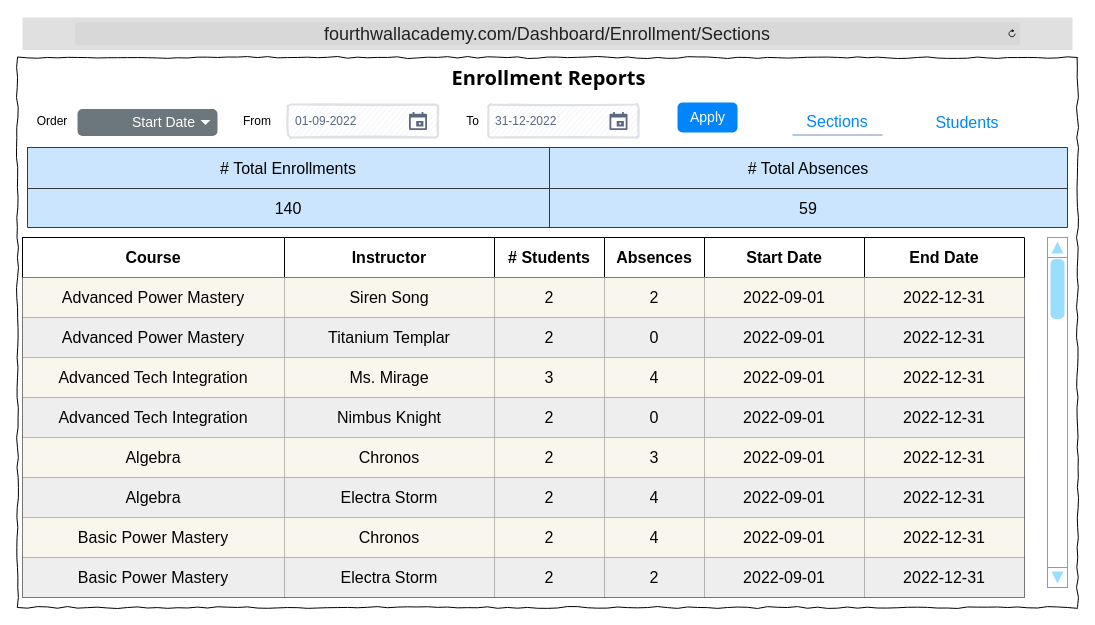
This is page "Page-1" (1 of 2) of DesignDocument/Wireframes/4thWallAcademy_Dashboard_Enrollment_Sections.drawio from TRed91/4thWallAcademy, a draw.io file, before an edit. Source tidied: cells renumbered, new cells numbered last; positions are measured from the earlier drawing's top-left corner, leaving out a move shared by most shapes. Both pictures are drawn from the tidied source at 100%, with x=0, y=0 at pixel (17, 17).
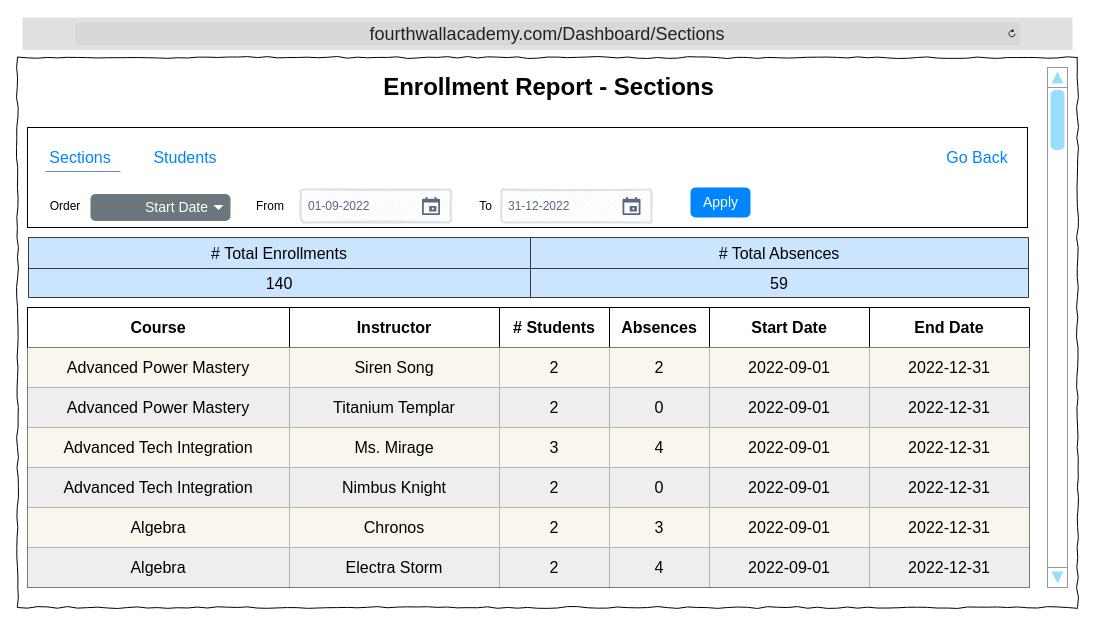
After the change.

What changed in the source:
```diff
@@
-    <mxCell id="3" value="&lt;font face=&quot;Tahoma&quot; style=&quot;font-size: 20px;&quot;&gt;Enrollment Reports&lt;/font&gt;" style="text;strokeColor=none;fillColor=none;html=1;fontSize=24;fontStyle=1;verticalAlign=middle;align=center;" parent="1" vertex="1">
-      <mxGeometry x="420.5" y="40" width="220" height="40" as="geometry" />
-    </mxCell>
+    <mxCell id="90" style="rounded=0;whiteSpace=wrap;html=1;fillColor=none;" parent="1" vertex="1">
+      <mxGeometry x="10" y="110" width="1000" height="100" as="geometry" />
+    </mxCell>
-    <mxCell id="4" value="&lt;font style=&quot;font-size: 18px;&quot;&gt;fourthwallacademy.com/Dashboard/Enrollment/Sections&lt;/font&gt;" style="html=1;strokeWidth=1;shadow=0;dashed=0;shape=mxgraph.ios7ui.url;fillColor=#e0e0e0;strokeColor=#c0c0c0;buttonText=;strokeColor2=#222222;fontColor=#222222;fontSize=8;spacingTop=2;align=center;whiteSpace=wrap;" parent="1" vertex="1">
+    <mxCell id="4" value="&lt;font style=&quot;font-size: 18px;&quot;&gt;fourthwallacademy.com/Dashboard/Sections&lt;/font&gt;" style="html=1;strokeWidth=1;shadow=0;dashed=0;shape=mxgraph.ios7ui.url;fillColor=#e0e0e0;strokeColor=#c0c0c0;buttonText=;strokeColor2=#222222;fontColor=#222222;fontSize=8;spacingTop=2;align=center;whiteSpace=wrap;" parent="1" vertex="1">
       <mxGeometry x="5" width="1050" height="32.5" as="geometry" />
     </mxCell>
     <mxCell id="5" value="Apply" style="html=1;shadow=0;dashed=0;shape=mxgraph.bootstrap.rrect;rSize=5;fillColor=#0085FC;strokeColor=none;align=center;spacing=15;fontSize=14;fontColor=#ffffff;sketch=0;" parent="1" vertex="1">
-      <mxGeometry x="660" y="85" width="60" height="30" as="geometry" />
+      <mxGeometry x="673" y="170" width="60" height="30" as="geometry" />
     </mxCell>
     <mxCell id="6" value="Order" style="text;html=1;align=center;verticalAlign=middle;whiteSpace=wrap;rounded=0;" parent="1" vertex="1">
-      <mxGeometry x="5" y="88.5" width="60" height="30" as="geometry" />
+      <mxGeometry x="18" y="173.5" width="60" height="30" as="geometry" />
     </mxCell>
     <mxCell id="7" value="Start Date" style="html=1;shadow=0;dashed=0;shape=mxgraph.bootstrap.rrect;rSize=5;strokeColor=none;strokeWidth=1;fillColor=#6C767D;fontColor=#ffffff;whiteSpace=wrap;align=right;verticalAlign=middle;fontStyle=0;fontSize=14;spacingRight=20;" parent="1" vertex="1">
-      <mxGeometry x="60" y="91.5" width="140" height="27" as="geometry" />
+      <mxGeometry x="73" y="176.5" width="140" height="27" as="geometry" />
     </mxCell>
@@
     <mxCell id="9" style="shape=table;startSize=0;childLayout=tableLayout;fontSize=16;" parent="1" vertex="1">
-      <mxGeometry x="5" y="220" width="1002" height="360" as="geometry" />
+      <mxGeometry x="10" y="290" width="1002" height="280" as="geometry" />
     </mxCell>
@@
-    <mxCell id="59" style="shape=tableRow;horizontal=0;startSize=0;swimlaneHead=0;swimlaneBody=0;strokeColor=inherit;top=0;left=0;bottom=0;right=0;fillColor=none;fontSize=16;" parent="9" vertex="1">
-      <mxGeometry y="280" width="1002" height="40" as="geometry" />
-    </mxCell>
-    <mxCell id="60" value="Basic Power Mastery" style="shape=partialRectangle;html=1;whiteSpace=wrap;strokeColor=#36393d;overflow=hidden;fillColor=#f9f7ed;top=0;left=0;bottom=0;right=0;fontSize=16;" parent="59" vertex="1">
-      <mxGeometry width="262" height="40" as="geometry" />
-    </mxCell>
-    <mxCell id="61" value="Chronos" style="shape=partialRectangle;html=1;whiteSpace=wrap;strokeColor=#36393d;overflow=hidden;fillColor=#f9f7ed;top=0;left=0;bottom=0;right=0;fontSize=16;" parent="59" vertex="1">
-      <mxGeometry x="262" width="210" height="40" as="geometry" />
-    </mxCell>
-    <mxCell id="62" value="2" style="shape=partialRectangle;html=1;whiteSpace=wrap;strokeColor=#36393d;overflow=hidden;fillColor=#f9f7ed;top=0;left=0;bottom=0;right=0;fontSize=16;" parent="59" vertex="1">
-      <mxGeometry x="472" width="110" height="40" as="geometry" />
-    </mxCell>
-    <mxCell id="63" value="4" style="shape=partialRectangle;html=1;whiteSpace=wrap;strokeColor=#36393d;overflow=hidden;fillColor=#f9f7ed;top=0;left=0;bottom=0;right=0;fontSize=16;" parent="59" vertex="1">
-      <mxGeometry x="582" width="100" height="40" as="geometry" />
-    </mxCell>
-    <mxCell id="64" value="2022-09-01" style="shape=partialRectangle;html=1;whiteSpace=wrap;strokeColor=#36393d;overflow=hidden;fillColor=#f9f7ed;top=0;left=0;bottom=0;right=0;fontSize=16;" parent="59" vertex="1">
-      <mxGeometry x="682" width="160" height="40" as="geometry" />
-    </mxCell>
-    <mxCell id="65" value="2022-12-31" style="shape=partialRectangle;html=1;whiteSpace=wrap;strokeColor=#36393d;overflow=hidden;fillColor=#f9f7ed;top=0;left=0;bottom=0;right=0;fontSize=16;" parent="59" vertex="1">
-      <mxGeometry x="842" width="160" height="40" as="geometry" />
-    </mxCell>
-    <mxCell id="66" style="shape=tableRow;horizontal=0;startSize=0;swimlaneHead=0;swimlaneBody=0;strokeColor=inherit;top=0;left=0;bottom=0;right=0;fillColor=none;fontSize=16;" parent="9" vertex="1">
-      <mxGeometry y="320" width="1002" height="40" as="geometry" />
-    </mxCell>
-    <mxCell id="67" value="Basic Power Mastery" style="shape=partialRectangle;html=1;whiteSpace=wrap;strokeColor=#36393d;overflow=hidden;fillColor=#eeeeee;top=0;left=0;bottom=0;right=0;fontSize=16;" parent="66" vertex="1">
-      <mxGeometry width="262" height="40" as="geometry" />
-    </mxCell>
-    <mxCell id="68" value="Electra Storm" style="shape=partialRectangle;html=1;whiteSpace=wrap;strokeColor=#36393d;overflow=hidden;fillColor=#eeeeee;top=0;left=0;bottom=0;right=0;fontSize=16;" parent="66" vertex="1">
-      <mxGeometry x="262" width="210" height="40" as="geometry" />
-    </mxCell>
-    <mxCell id="69" value="2" style="shape=partialRectangle;html=1;whiteSpace=wrap;strokeColor=#36393d;overflow=hidden;fillColor=#eeeeee;top=0;left=0;bottom=0;right=0;fontSize=16;" parent="66" vertex="1">
-      <mxGeometry x="472" width="110" height="40" as="geometry" />
-    </mxCell>
-    <mxCell id="70" value="2" style="shape=partialRectangle;html=1;whiteSpace=wrap;strokeColor=#36393d;overflow=hidden;fillColor=#eeeeee;top=0;left=0;bottom=0;right=0;fontSize=16;" parent="66" vertex="1">
-      <mxGeometry x="582" width="100" height="40" as="geometry" />
-    </mxCell>
-    <mxCell id="71" value="2022-09-01" style="shape=partialRectangle;html=1;whiteSpace=wrap;strokeColor=#36393d;overflow=hidden;fillColor=#eeeeee;top=0;left=0;bottom=0;right=0;fontSize=16;" parent="66" vertex="1">
-      <mxGeometry x="682" width="160" height="40" as="geometry" />
-    </mxCell>
-    <mxCell id="72" value="2022-12-31" style="shape=partialRectangle;html=1;whiteSpace=wrap;strokeColor=#36393d;overflow=hidden;fillColor=#eeeeee;top=0;left=0;bottom=0;right=0;fontSize=16;" parent="66" vertex="1">
-      <mxGeometry x="842" width="160" height="40" as="geometry" />
-    </mxCell>
     <mxCell id="73" style="verticalLabelPosition=bottom;shadow=0;dashed=0;align=center;html=1;verticalAlign=top;strokeWidth=1;shape=mxgraph.mockup.navigation.scrollBar;strokeColor=#999999;barPos=99.394;fillColor2=#99ddff;strokeColor2=none;direction=north;" parent="1" vertex="1">
-      <mxGeometry x="1030" y="220" width="20" height="350" as="geometry" />
+      <mxGeometry x="1030" y="50" width="20" height="520" as="geometry" />
     </mxCell>
     <mxCell id="74" value="Sections" style="html=1;shadow=0;dashed=0;shape=mxgraph.bootstrap.rrect;rSize=5;strokeColor=none;strokeWidth=1;fillColor=none;fontColor=#0085FC;whiteSpace=wrap;align=center;verticalAlign=middle;spacingLeft=0;fontStyle=0;fontSize=16;spacing=5;" parent="1" vertex="1">
-      <mxGeometry x="780" y="83.5" width="80" height="40" as="geometry" />
+      <mxGeometry x="23" y="120" width="80" height="40" as="geometry" />
     </mxCell>
     <mxCell id="75" value="Students" style="html=1;shadow=0;dashed=0;shape=mxgraph.bootstrap.rrect;rSize=5;strokeColor=none;strokeWidth=1;fillColor=none;fontColor=#0085FC;whiteSpace=wrap;align=center;verticalAlign=middle;spacingLeft=0;fontStyle=0;fontSize=16;spacing=5;" parent="1" vertex="1">
-      <mxGeometry x="910" y="85" width="80" height="40" as="geometry" />
+      <mxGeometry x="128" y="120" width="80" height="40" as="geometry" />
     </mxCell>
     <mxCell id="76" style="endArrow=none;html=1;rounded=0;fillColor=#dae8fc;strokeColor=#6c8ebf;gradientColor=#7ea6e0;" parent="1" edge="1">
       <mxGeometry relative="1" as="geometry">
-        <mxPoint x="775" y="117.5" as="sourcePoint" />
-        <mxPoint x="865" y="117.5" as="targetPoint" />
+        <mxPoint x="28" y="154" as="sourcePoint" />
+        <mxPoint x="103" y="154" as="targetPoint" />
       </mxGeometry>
     </mxCell>
     <mxCell id="77" value="&lt;font face=&quot;Helvetica&quot;&gt;01-09-2022&lt;/font&gt;" style="rounded=1;arcSize=9;fillColor=#F7F8F9;align=left;spacingLeft=5;strokeColor=#DEE1E6;html=1;strokeWidth=2;fontColor=#596780;fontSize=12;sketch=1;hachureGap=4;fontFamily=Architects Daughter;" parent="1" vertex="1">
-      <mxGeometry x="270.5" y="87" width="150" height="33" as="geometry" />
+      <mxGeometry x="283.5" y="172" width="150" height="33" as="geometry" />
     </mxCell>
@@
     <mxCell id="79" value="From" style="text;html=1;align=center;verticalAlign=middle;whiteSpace=wrap;rounded=0;" parent="1" vertex="1">
-      <mxGeometry x="210" y="88.5" width="60" height="30" as="geometry" />
+      <mxGeometry x="223" y="173.5" width="60" height="30" as="geometry" />
     </mxCell>
     <mxCell id="80" value="To" style="text;html=1;align=center;verticalAlign=middle;whiteSpace=wrap;rounded=0;" parent="1" vertex="1">
-      <mxGeometry x="440" y="88.5" width="30.5" height="30" as="geometry" />
+      <mxGeometry x="453" y="173.5" width="30.5" height="30" as="geometry" />
     </mxCell>
     <mxCell id="81" value="&lt;font face=&quot;Helvetica&quot;&gt;31-12-2022&lt;/font&gt;" style="rounded=1;arcSize=9;fillColor=#F7F8F9;align=left;spacingLeft=5;strokeColor=#DEE1E6;html=1;strokeWidth=2;fontColor=#596780;fontSize=12;sketch=1;hachureGap=4;fontFamily=Architects Daughter;" parent="1" vertex="1">
-      <mxGeometry x="471" y="87" width="150" height="33" as="geometry" />
+      <mxGeometry x="484" y="172" width="150" height="33" as="geometry" />
     </mxCell>
@@
     <mxCell id="83" style="shape=table;startSize=0;childLayout=tableLayout;fontSize=16;fillColor=#cce5ff;strokeColor=#36393d;" parent="1" vertex="1">
-      <mxGeometry x="10" y="130" width="1040" height="80" as="geometry" />
+      <mxGeometry x="11" y="220" width="1000" height="60" as="geometry" />
     </mxCell>
     <mxCell id="84" style="shape=tableRow;horizontal=0;startSize=0;swimlaneHead=0;swimlaneBody=0;strokeColor=inherit;top=0;left=0;bottom=0;right=0;fillColor=none;fontSize=16;" parent="83" vertex="1">
-      <mxGeometry width="1040" height="41" as="geometry" />
+      <mxGeometry width="1000" height="31" as="geometry" />
     </mxCell>
     <mxCell id="85" value="# Total Enrollments" style="shape=partialRectangle;html=1;whiteSpace=wrap;strokeColor=inherit;overflow=hidden;fillColor=none;top=0;left=0;bottom=0;right=0;fontSize=16;" parent="84" vertex="1">
-      <mxGeometry width="522" height="41" as="geometry" />
+      <mxGeometry width="502" height="31" as="geometry" />
     </mxCell>
     <mxCell id="86" value="# Total Absences" style="shape=partialRectangle;html=1;whiteSpace=wrap;strokeColor=inherit;overflow=hidden;fillColor=none;top=0;left=0;bottom=0;right=0;fontSize=16;" parent="84" vertex="1">
-      <mxGeometry x="522" width="518" height="41" as="geometry" />
+      <mxGeometry x="502" width="498" height="31" as="geometry" />
     </mxCell>
     <mxCell id="87" style="shape=tableRow;horizontal=0;startSize=0;swimlaneHead=0;swimlaneBody=0;strokeColor=inherit;top=0;left=0;bottom=0;right=0;fillColor=none;fontSize=16;" parent="83" vertex="1">
-      <mxGeometry y="41" width="1040" height="39" as="geometry" />
+      <mxGeometry y="31" width="1000" height="29" as="geometry" />
     </mxCell>
     <mxCell id="88" value="140" style="shape=partialRectangle;html=1;whiteSpace=wrap;strokeColor=inherit;overflow=hidden;fillColor=none;top=0;left=0;bottom=0;right=0;fontSize=16;" parent="87" vertex="1">
-      <mxGeometry width="522" height="39" as="geometry" />
+      <mxGeometry width="502" height="29" as="geometry" />
     </mxCell>
     <mxCell id="89" value="59" style="shape=partialRectangle;html=1;whiteSpace=wrap;strokeColor=inherit;overflow=hidden;fillColor=none;top=0;left=0;bottom=0;right=0;fontSize=16;" parent="87" vertex="1">
-      <mxGeometry x="522" width="518" height="39" as="geometry" />
+      <mxGeometry x="502" width="498" height="29" as="geometry" />
     </mxCell>
+    <mxCell id="91" value="Go Back" style="html=1;shadow=0;dashed=0;shape=mxgraph.bootstrap.rrect;rSize=5;strokeColor=none;strokeWidth=1;fillColor=none;fontColor=#0085FC;whiteSpace=wrap;align=center;verticalAlign=middle;spacingLeft=0;fontStyle=0;fontSize=16;spacing=5;" parent="1" vertex="1">
+      <mxGeometry x="920" y="120" width="80" height="40" as="geometry" />
+    </mxCell>
+    <mxCell id="92" value="Enrollment Report - Sections" style="text;strokeColor=none;fillColor=none;html=1;fontSize=24;fontStyle=1;verticalAlign=middle;align=center;" parent="1" vertex="1">
+      <mxGeometry x="341" y="50" width="379" height="40" as="geometry" />
+    </mxCell>
```
